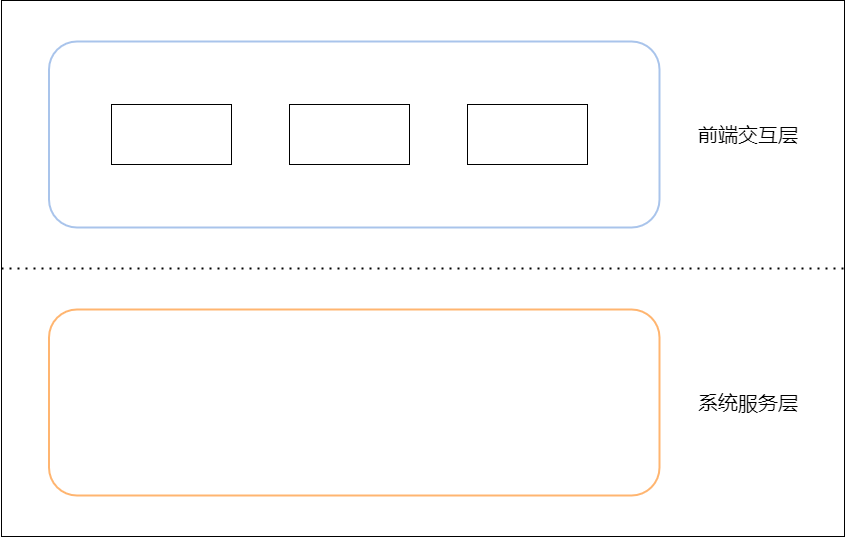
Before: 总体框架图.png, a diagram exported from draw.io (AdamFocus/draw). Source tidied: cells renumbered, new cells last; positions are measured from the earlier drawing's top-left corner, leaving out a move shared by most shapes.
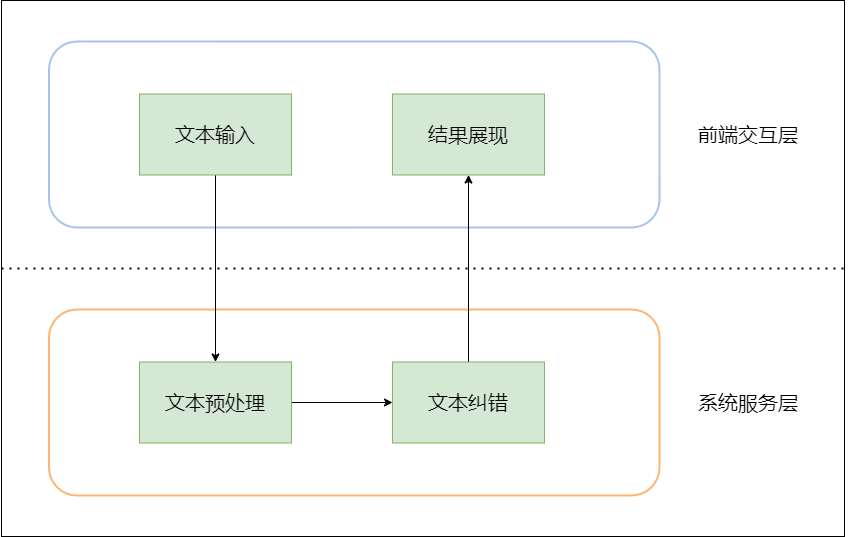
Later version of the same file.

Commit message:
Update 总体框架图.png

Diff of the diagram source:
```diff
@@ -20,14 +20,26 @@
     <mxCell id="7" value="&lt;font style=&quot;font-size: 20px&quot;&gt;系统服务层&lt;/font&gt;" style="text;html=1;strokeColor=none;fillColor=none;align=center;verticalAlign=middle;whiteSpace=wrap;rounded=0;" parent="1" vertex="1">
       <mxGeometry x="644" y="387" width="206" height="30" as="geometry" />
     </mxCell>
+    <mxCell id="11" style="edgeStyle=orthogonalEdgeStyle;rounded=0;jettySize=auto;html=1;exitX=0.5;exitY=1;exitDx=0;exitDy=0;entryX=0.5;entryY=0;entryDx=0;entryDy=0;" parent="1" edge="1" source="8" target="14">
+      <mxGeometry relative="1" as="geometry" />
+    </mxCell>
-    <mxCell id="8" style="rounded=0;whiteSpace=wrap;html=1;fontSize=20;strokeColor=#000000;strokeWidth=1;" parent="1" vertex="1">
-      <mxGeometry x="110" y="104" width="120" height="60" as="geometry" />
+    <mxCell id="8" value="文本输入" style="rounded=0;whiteSpace=wrap;html=1;fontSize=20;strokeColor=#82b366;strokeWidth=1;fillColor=#d5e8d4;" parent="1" vertex="1">
+      <mxGeometry x="138" y="93.5" width="152" height="81" as="geometry" />
     </mxCell>
-    <mxCell id="9" style="rounded=0;whiteSpace=wrap;html=1;fontSize=20;strokeColor=#000000;strokeWidth=1;" parent="1" vertex="1">
-      <mxGeometry x="288" y="104" width="120" height="60" as="geometry" />
-    </mxCell>
-    <mxCell id="10" style="rounded=0;whiteSpace=wrap;html=1;fontSize=20;strokeColor=#000000;strokeWidth=1;" parent="1" vertex="1">
-      <mxGeometry x="466" y="104" width="120" height="60" as="geometry" />
-    </mxCell>
+    <mxCell id="12" value="结果展现" style="rounded=0;whiteSpace=wrap;html=1;fontSize=20;strokeColor=#82b366;strokeWidth=1;fillColor=#d5e8d4;" parent="1" vertex="1">
+      <mxGeometry x="391" y="93.5" width="152" height="81" as="geometry" />
+    </mxCell>
+    <mxCell id="13" style="edgeStyle=orthogonalEdgeStyle;rounded=0;jettySize=auto;html=1;exitX=1;exitY=0.5;exitDx=0;exitDy=0;entryX=0;entryY=0.5;entryDx=0;entryDy=0;" parent="1" edge="1" source="14" target="16">
+      <mxGeometry relative="1" as="geometry" />
+    </mxCell>
+    <mxCell id="14" value="文本预处理" style="rounded=0;whiteSpace=wrap;html=1;fontSize=20;strokeColor=#82b366;strokeWidth=1;fillColor=#d5e8d4;" parent="1" vertex="1">
+      <mxGeometry x="138" y="361.5" width="152" height="81" as="geometry" />
+    </mxCell>
+    <mxCell id="15" style="edgeStyle=orthogonalEdgeStyle;rounded=0;jettySize=auto;html=1;exitX=0.5;exitY=0;exitDx=0;exitDy=0;entryX=0.5;entryY=1;entryDx=0;entryDy=0;" parent="1" edge="1" source="16" target="12">
+      <mxGeometry relative="1" as="geometry" />
+    </mxCell>
+    <mxCell id="16" value="文本纠错" style="rounded=0;whiteSpace=wrap;html=1;fontSize=20;strokeColor=#82b366;strokeWidth=1;fillColor=#d5e8d4;" parent="1" vertex="1">
+      <mxGeometry x="391" y="361.5" width="152" height="81" as="geometry" />
+    </mxCell>
   </root>
 </mxGraphModel>
```
